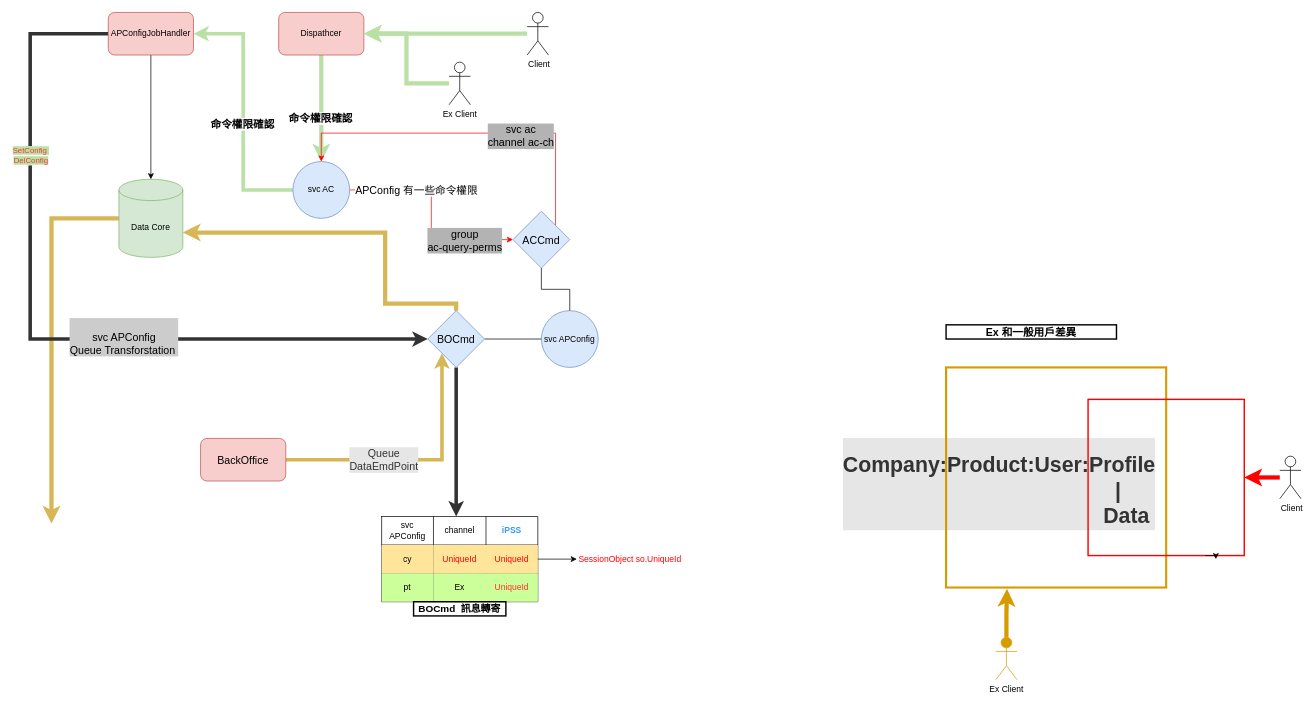
Before: APConfig + APConfigJobHandler.drawio in scheepy/ApConfig_Note, a draw.io diagram. Source tidied: cells renumbered, new cells numbered last; positions are measured from the earlier drawing's top-left corner, leaving out a move shared by most shapes. Both pictures are drawn from the tidied source at 71%, with x=0, y=0 at pixel (30, 12).
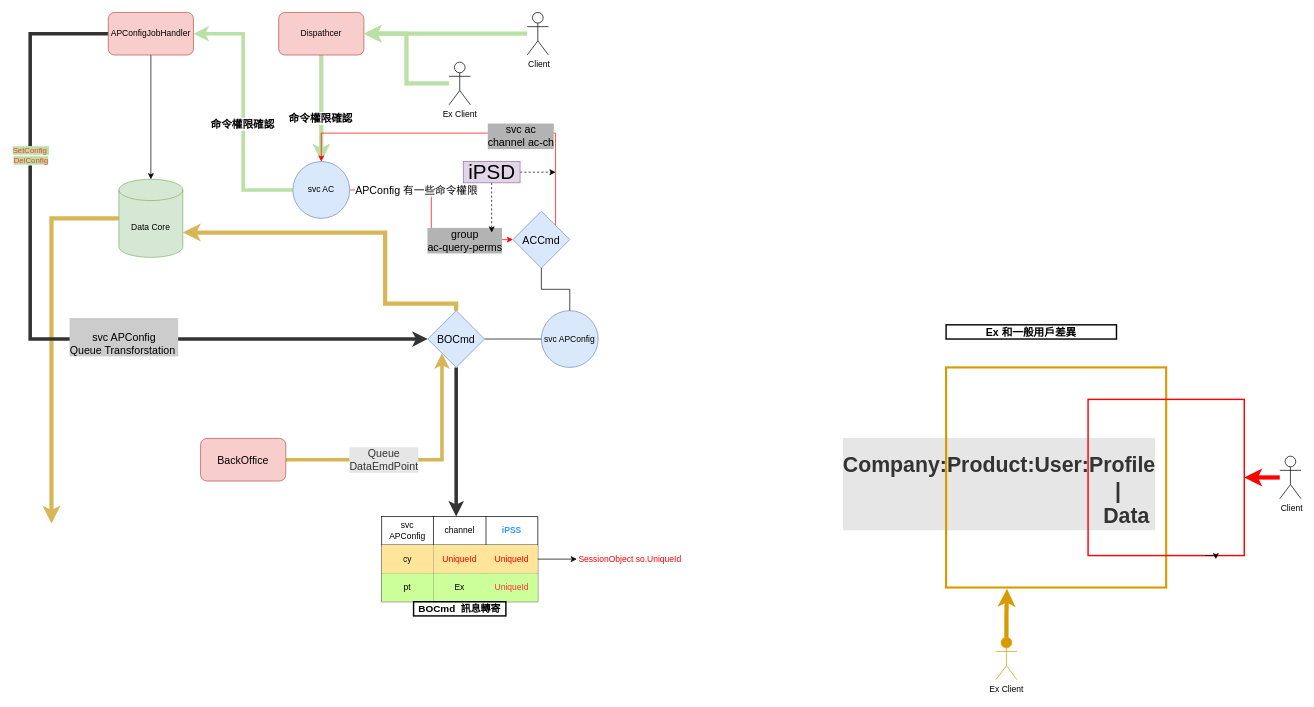
The same page after the edit.

The edit, as a diff of the source:
```diff
@@
+    <mxCell id="60" style="edgeStyle=orthogonalEdgeStyle;rounded=0;jettySize=auto;html=1;endArrow=classic;endFill=1;dashed=1;" parent="1" edge="1" source="62">
+      <mxGeometry relative="1" as="geometry">
+        <mxPoint x="740" y="225" as="targetPoint" />
+      </mxGeometry>
+    </mxCell>
+    <mxCell id="61" style="edgeStyle=orthogonalEdgeStyle;rounded=0;jettySize=auto;html=1;endArrow=classic;endFill=1;dashed=1;" parent="1" edge="1" source="62">
+      <mxGeometry relative="1" as="geometry">
+        <mxPoint x="650" y="310" as="targetPoint" />
+      </mxGeometry>
+    </mxCell>
+    <mxCell id="62" value="&lt;font style=&quot;font-size: 29px&quot;&gt;iPSD&lt;/font&gt;" style="text;html=1;align=center;verticalAlign=middle;points=[];fillColor=#e1d5e7;strokeColor=#9673a6;strokeWidth=1;" parent="1" vertex="1">
+      <mxGeometry x="610" y="210" width="80" height="30" as="geometry" />
+    </mxCell>
```
